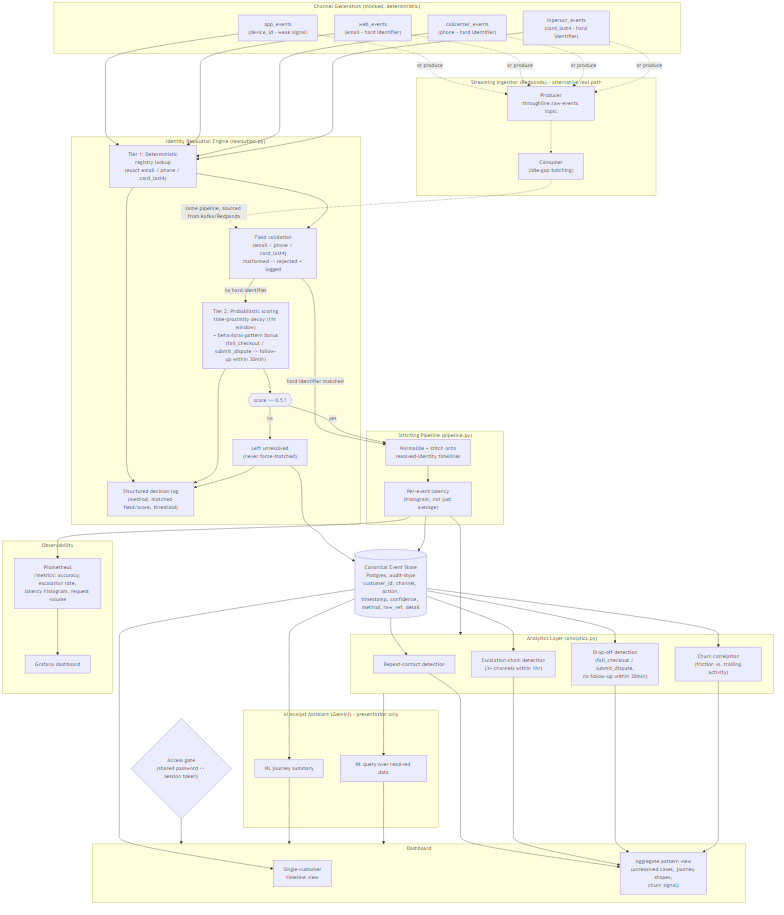
Earlier version of the Mermaid export docs/architecture.png (G26karthik/Throughline). Its source is kept beside it as docs/architecture.mmd.
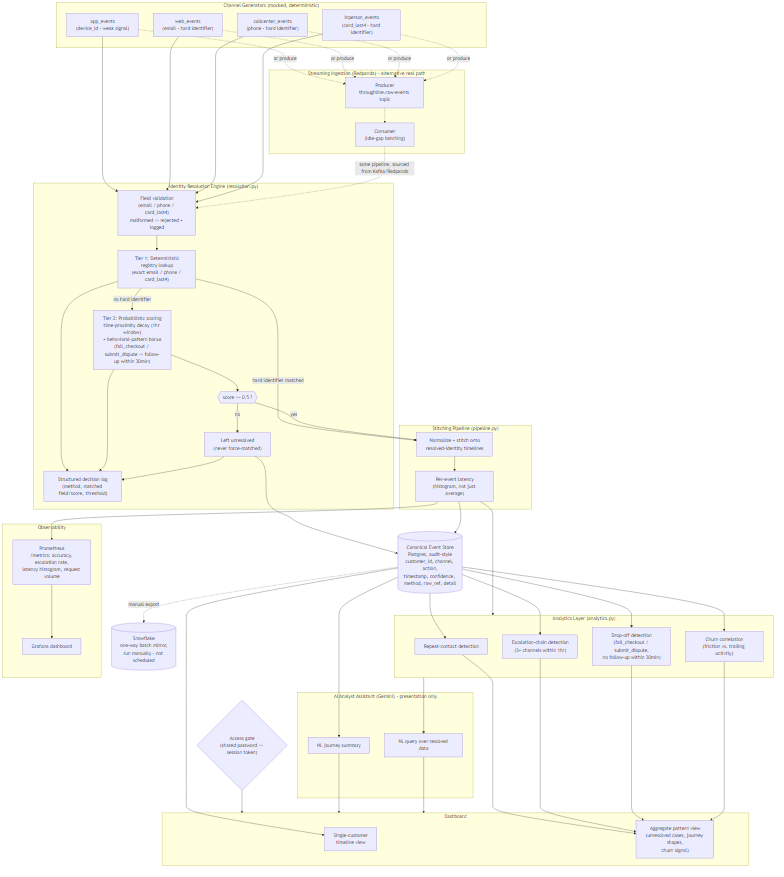
After the commit.

Commit message:
Fix architecture diagram: validation-before-match ordering, add Snowflake mirror node

Diagram had DET (registry lookup) feeding VALID (field validation)
instead of the reverse -- code validates identity fields first, in
_extract_keyed_events, before any registry lookup runs. Also the
Snowflake mirror was missing entirely since it landed after the last
diagram regen.

Claude-Session: https://claude.ai/code/session_01TxoomNxeXQhnqtvb3z6ENm

Change to the diagram source:
```diff
@@ -44,6 +44,8 @@
         GRAF["Grafana dashboard"]
     end
 
+    SNOW[("Snowflake\none-way batch mirror,\nrun manually - not scheduled")]
+
     GATE{"Access gate\n(shared password -> session token)"}
 
     subgraph DASH["Dashboard"]
@@ -51,10 +53,10 @@
         AGGVIEW["Aggregate pattern view\n(unresolved cases, journey shapes,\nchurn signal)"]
     end
 
-    APP --> DET
-    WEB --> DET
-    CALL --> DET
-    INP --> DET
+    APP --> VALID
+    WEB --> VALID
+    CALL --> VALID
+    INP --> VALID
 
     APP -.->|"or produce"| PROD
     WEB -.->|"or produce"| PROD
@@ -63,9 +65,9 @@
     PROD -.-> CONS
     CONS -.->|"same pipeline, sourced from Kafka/Redpanda"| VALID
 
-    DET --> VALID
-    VALID -->|"hard identifier matched"| NORM
-    VALID -->|"no hard identifier"| PROB
+    VALID --> DET
+    DET -->|"hard identifier matched"| NORM
+    DET -->|"no hard identifier"| PROB
     PROB --> THRESH
     THRESH -->|"yes"| NORM
     THRESH -->|"no"| UNRES
@@ -88,6 +90,7 @@
     ANALYTICS --> NLQ
 
     PROM --> GRAF
+    STORE -.->|"manual export"| SNOW
 
     GATE --> DASH
     STORE --> TIMELINE
```
